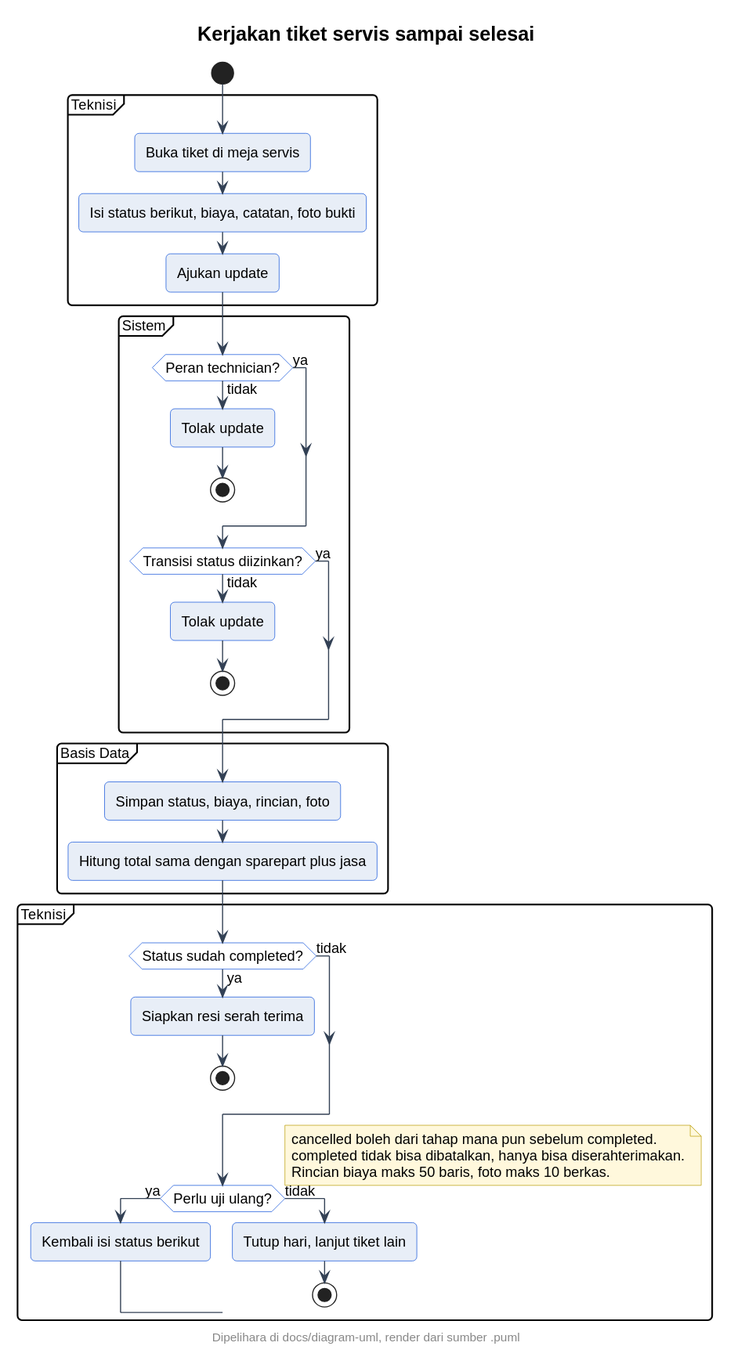
Above: docs/diagram-uml/teknisi/activity-servis-tiket.svg in neiaki/KP (PlantUML), before the change.
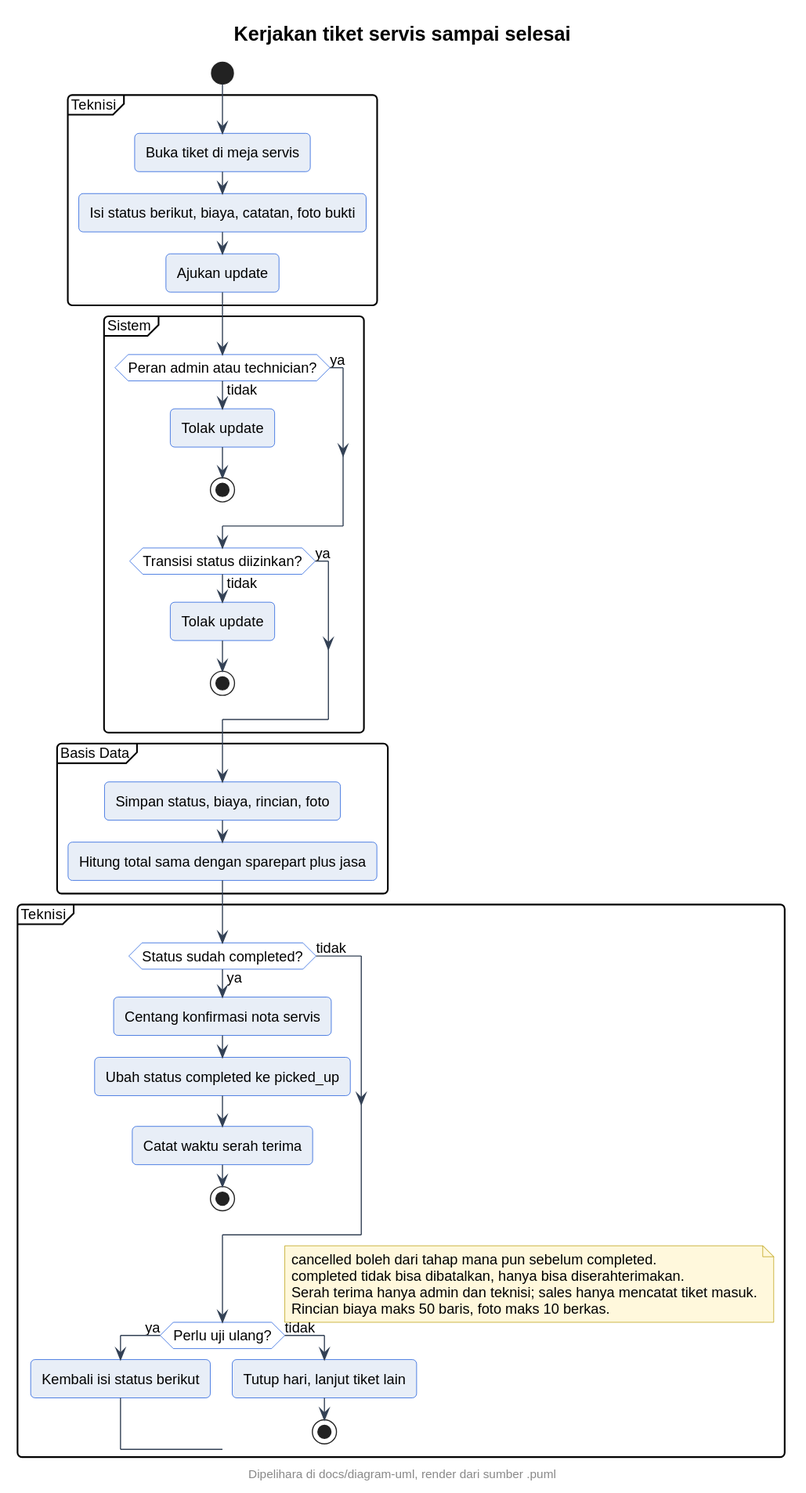
The same diagram one commit later.

The edit, as a diff of the source:
```diff
@@ -48,7 +48,7 @@
 :Ajukan update;
 }
 partition Sistem {
-if (Peran technician?) then (tidak)
+if (Peran admin atau technician?) then (tidak)
   :Tolak update;
   stop
 else (ya)
@@ -65,7 +65,9 @@
 }
 partition Teknisi {
 if (Status sudah completed?) then (ya)
-  :Siapkan resi serah terima;
+  :Centang konfirmasi nota servis;
+  :Ubah status completed ke picked_up;
+  :Catat waktu serah terima;
   stop
 else (tidak)
 endif
@@ -79,6 +81,7 @@
 note right
   cancelled boleh dari tahap mana pun sebelum completed.
   completed tidak bisa dibatalkan, hanya bisa diserahterimakan.
+  Serah terima hanya admin dan teknisi; sales hanya mencatat tiket masuk.
   Rincian biaya maks 50 baris, foto maks 10 berkas.
 end note
 @enduml
```
